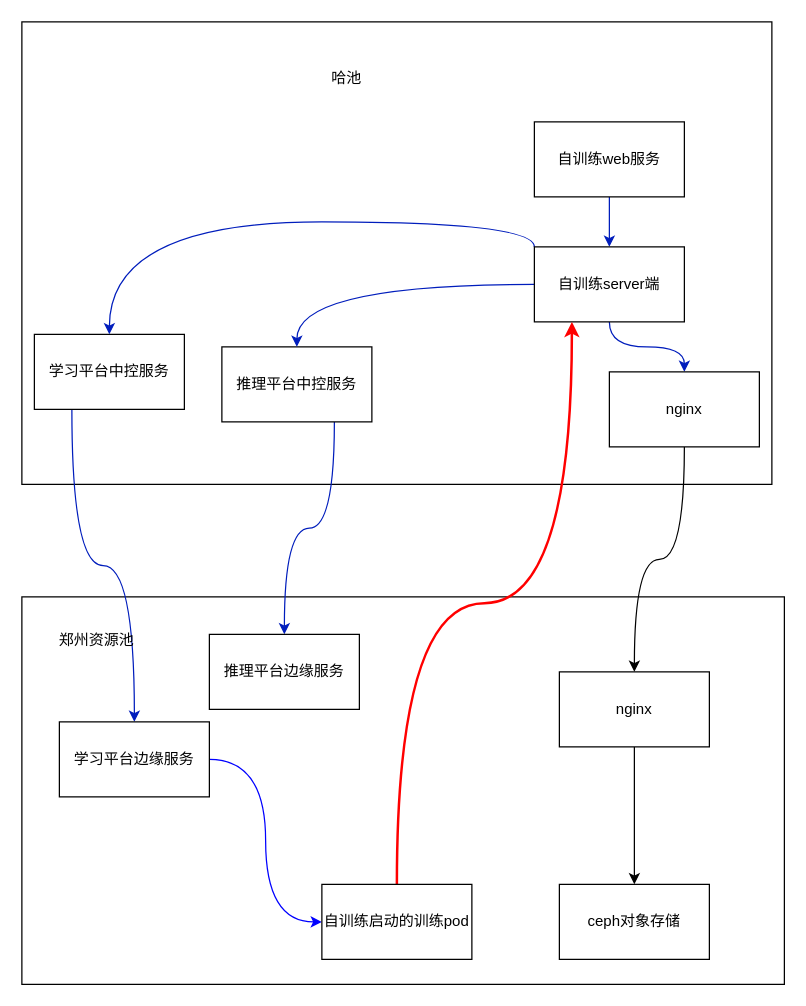
Above: page "第 1 页 的副本" (2 of 3) of 自训练部署架构.drawio in adtxgc/diagrams (draw.io), before the change. Source tidied: cells renumbered, new cells numbered last; positions are measured from the earlier drawing's top-left corner, leaving out a move shared by most shapes. Both pictures are drawn from the tidied source at 125%, with x=0, y=0 at pixel (21, 21).
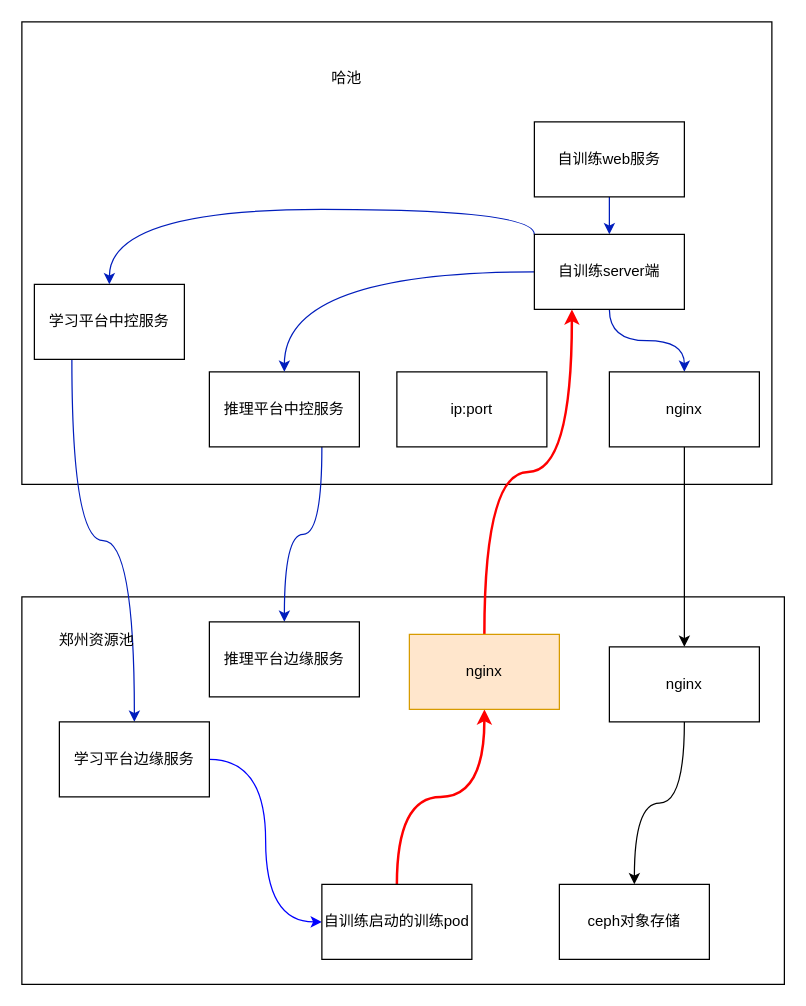
After the change.

Commit message:
更新自训练部署架构.drawio

The change refers to these unchanged cells:
```xml
<mxCell id="25" value="自训练启动的训练pod" style="rounded=0;whiteSpace=wrap;html=1;" parent="1" vertex="1">
  <mxGeometry x="240" y="690" width="120" height="60" as="geometry" />
</mxCell>
```

Diff of the diagram source:
```diff
@@
     <mxCell id="5" value="学习平台中控服务" style="rounded=0;whiteSpace=wrap;html=1;" parent="1" vertex="1">
-      <mxGeometry x="10" y="250" width="120" height="60" as="geometry" />
+      <mxGeometry x="10" y="210" width="120" height="60" as="geometry" />
     </mxCell>
@@
     <mxCell id="7" value="推理平台中控服务" style="rounded=0;whiteSpace=wrap;html=1;" parent="1" vertex="1">
-      <mxGeometry x="160" y="260" width="120" height="60" as="geometry" />
+      <mxGeometry x="150" y="280" width="120" height="60" as="geometry" />
     </mxCell>
@@
     <mxCell id="12" value="推理平台边缘服务" style="rounded=0;whiteSpace=wrap;html=1;" parent="1" vertex="1">
-      <mxGeometry x="150" y="490" width="120" height="60" as="geometry" />
+      <mxGeometry x="150" y="480" width="120" height="60" as="geometry" />
     </mxCell>
@@
     <mxCell id="16" value="自训练server端" style="rounded=0;whiteSpace=wrap;html=1;" parent="1" vertex="1">
-      <mxGeometry x="410" y="180" width="120" height="60" as="geometry" />
+      <mxGeometry x="410" y="170" width="120" height="60" as="geometry" />
     </mxCell>
@@
     <mxCell id="23" value="nginx" style="rounded=0;whiteSpace=wrap;html=1;" parent="1" vertex="1">
-      <mxGeometry x="430" y="520" width="120" height="60" as="geometry" />
+      <mxGeometry x="470" y="500" width="120" height="60" as="geometry" />
     </mxCell>
-    <mxCell id="24" style="edgeStyle=orthogonalEdgeStyle;curved=1;rounded=0;jettySize=auto;html=1;entryX=0.25;entryY=1;entryDx=0;entryDy=0;strokeColor=#FF0000;exitX=0.5;exitY=0;exitDx=0;exitDy=0;strokeWidth=2;" parent="1" edge="1" source="25" target="16">
+    <mxCell id="24" style="edgeStyle=orthogonalEdgeStyle;curved=1;rounded=0;jettySize=auto;html=1;entryX=0.5;entryY=1;entryDx=0;entryDy=0;strokeColor=#FF0000;exitX=0.5;exitY=0;exitDx=0;exitDy=0;strokeWidth=2;" parent="1" edge="1" source="25" target="27">
       <mxGeometry relative="1" as="geometry" />
     </mxCell>
@@
+    <mxCell id="26" style="edgeStyle=orthogonalEdgeStyle;curved=1;rounded=0;jettySize=auto;html=1;entryX=0.25;entryY=1;entryDx=0;entryDy=0;strokeColor=#FF0000;strokeWidth=2;" parent="1" edge="1" source="27" target="16">
+      <mxGeometry relative="1" as="geometry" />
+    </mxCell>
+    <mxCell id="27" value="nginx" style="rounded=0;whiteSpace=wrap;html=1;fillColor=#ffe6cc;strokeColor=#d79b00;" parent="1" vertex="1">
+      <mxGeometry x="310" y="490" width="120" height="60" as="geometry" />
+    </mxCell>
+    <mxCell id="28" value="ip:port" style="rounded=0;whiteSpace=wrap;html=1;" parent="1" vertex="1">
+      <mxGeometry x="300" y="280" width="120" height="60" as="geometry" />
+    </mxCell>
```
